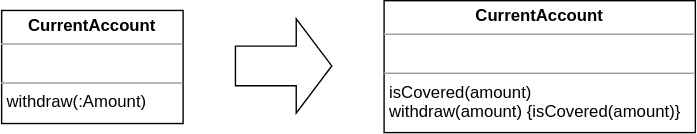
Before: images/domain-driven-refactorings/tactical/introduce-contract.drawio.svg, a diagram exported from draw.io (hschwentner/hschwentner.io). Source tidied: cells renumbered, new cells last; positions are measured from the earlier drawing's top-left corner, leaving out a move shared by most shapes. The source it was exported from:
```xml
<mxGraphModel>
  <root>
    <mxCell id="0" />
    <mxCell id="1" parent="0" />
    <mxCell id="2" value="&lt;p style=&quot;margin: 0px ; margin-top: 4px ; text-align: center&quot;&gt;&lt;b&gt;CurrentAccount&lt;/b&gt;&lt;/p&gt;&lt;hr size=&quot;1&quot;&gt;&lt;p style=&quot;margin: 0px ; margin-left: 4px&quot;&gt;&lt;br&gt;&lt;/p&gt;&lt;hr size=&quot;1&quot;&gt;&lt;p style=&quot;margin: 0px ; margin-left: 4px&quot;&gt;&lt;span&gt;withdraw(:Amount)&lt;/span&gt;&lt;/p&gt;" style="verticalAlign=top;align=left;overflow=fill;fontSize=12;fontFamily=Helvetica;html=1;" parent="1" vertex="1">
      <mxGeometry y="7" width="130" height="81" as="geometry" />
    </mxCell>
    <mxCell id="3" style="shape=flexArrow;endArrow=classic;html=1;rounded=0;endWidth=38.14814814814815;endSize=8.15;width=28.333333333333332;" parent="1" edge="1">
      <mxGeometry relative="1" as="geometry">
        <mxPoint x="167" y="46.8" as="sourcePoint" />
        <mxPoint x="237" y="46.8" as="targetPoint" />
      </mxGeometry>
    </mxCell>
    <mxCell id="4" value="&lt;p style=&quot;margin: 0px ; margin-top: 4px ; text-align: center&quot;&gt;&lt;b style=&quot;border-color: var(--border-color);&quot;&gt;CurrentAccount&lt;/b&gt;&lt;br&gt;&lt;/p&gt;&lt;hr size=&quot;1&quot;&gt;&lt;p style=&quot;margin: 0px ; margin-left: 4px&quot;&gt;&lt;br&gt;&lt;/p&gt;&lt;hr size=&quot;1&quot;&gt;&lt;p style=&quot;margin: 0px ; margin-left: 4px&quot;&gt;isCovered(amount)&lt;span style=&quot;background-color: initial;&quot;&gt;&lt;br&gt;&lt;/span&gt;&lt;/p&gt;&lt;p style=&quot;margin: 0px ; margin-left: 4px&quot;&gt;&lt;span style=&quot;background-color: initial;&quot;&gt;withdraw(amount) {isCovered(amount)}&lt;/span&gt;&lt;br&gt;&lt;/p&gt;" style="verticalAlign=top;align=left;overflow=fill;fontSize=12;fontFamily=Helvetica;html=1;" parent="1" vertex="1">
      <mxGeometry x="274" width="223" height="94.5" as="geometry" />
    </mxCell>
  </root>
</mxGraphModel>
```
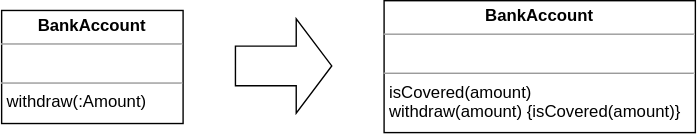
After the change.

Commit message:
Introduce Contract

Change to the diagram source:
```diff
@@ -2,7 +2,7 @@
   <root>
     <mxCell id="0" />
     <mxCell id="1" parent="0" />
-    <mxCell id="2" value="&lt;p style=&quot;margin: 0px ; margin-top: 4px ; text-align: center&quot;&gt;&lt;b&gt;CurrentAccount&lt;/b&gt;&lt;/p&gt;&lt;hr size=&quot;1&quot;&gt;&lt;p style=&quot;margin: 0px ; margin-left: 4px&quot;&gt;&lt;br&gt;&lt;/p&gt;&lt;hr size=&quot;1&quot;&gt;&lt;p style=&quot;margin: 0px ; margin-left: 4px&quot;&gt;&lt;span&gt;withdraw(:Amount)&lt;/span&gt;&lt;/p&gt;" style="verticalAlign=top;align=left;overflow=fill;fontSize=12;fontFamily=Helvetica;html=1;" parent="1" vertex="1">
+    <mxCell id="2" value="&lt;p style=&quot;margin: 0px ; margin-top: 4px ; text-align: center&quot;&gt;&lt;b&gt;BankAccount&lt;/b&gt;&lt;/p&gt;&lt;hr size=&quot;1&quot;&gt;&lt;p style=&quot;margin: 0px ; margin-left: 4px&quot;&gt;&lt;br&gt;&lt;/p&gt;&lt;hr size=&quot;1&quot;&gt;&lt;p style=&quot;margin: 0px ; margin-left: 4px&quot;&gt;&lt;span&gt;withdraw(:Amount)&lt;/span&gt;&lt;/p&gt;" style="verticalAlign=top;align=left;overflow=fill;fontSize=12;fontFamily=Helvetica;html=1;" parent="1" vertex="1">
       <mxGeometry y="7" width="130" height="81" as="geometry" />
     </mxCell>
     <mxCell id="3" style="shape=flexArrow;endArrow=classic;html=1;rounded=0;endWidth=38.14814814814815;endSize=8.15;width=28.333333333333332;" parent="1" edge="1">
@@ -11,7 +11,7 @@
         <mxPoint x="237" y="46.8" as="targetPoint" />
       </mxGeometry>
     </mxCell>
-    <mxCell id="4" value="&lt;p style=&quot;margin: 0px ; margin-top: 4px ; text-align: center&quot;&gt;&lt;b style=&quot;border-color: var(--border-color);&quot;&gt;CurrentAccount&lt;/b&gt;&lt;br&gt;&lt;/p&gt;&lt;hr size=&quot;1&quot;&gt;&lt;p style=&quot;margin: 0px ; margin-left: 4px&quot;&gt;&lt;br&gt;&lt;/p&gt;&lt;hr size=&quot;1&quot;&gt;&lt;p style=&quot;margin: 0px ; margin-left: 4px&quot;&gt;isCovered(amount)&lt;span style=&quot;background-color: initial;&quot;&gt;&lt;br&gt;&lt;/span&gt;&lt;/p&gt;&lt;p style=&quot;margin: 0px ; margin-left: 4px&quot;&gt;&lt;span style=&quot;background-color: initial;&quot;&gt;withdraw(amount) {isCovered(amount)}&lt;/span&gt;&lt;br&gt;&lt;/p&gt;" style="verticalAlign=top;align=left;overflow=fill;fontSize=12;fontFamily=Helvetica;html=1;" parent="1" vertex="1">
+    <mxCell id="4" value="&lt;p style=&quot;margin: 0px ; margin-top: 4px ; text-align: center&quot;&gt;&lt;b style=&quot;border-color: var(--border-color);&quot;&gt;BankAccount&lt;/b&gt;&lt;br&gt;&lt;/p&gt;&lt;hr size=&quot;1&quot;&gt;&lt;p style=&quot;margin: 0px ; margin-left: 4px&quot;&gt;&lt;br&gt;&lt;/p&gt;&lt;hr size=&quot;1&quot;&gt;&lt;p style=&quot;margin: 0px ; margin-left: 4px&quot;&gt;isCovered(amount)&lt;span style=&quot;background-color: initial;&quot;&gt;&lt;br&gt;&lt;/span&gt;&lt;/p&gt;&lt;p style=&quot;margin: 0px ; margin-left: 4px&quot;&gt;&lt;span style=&quot;background-color: initial;&quot;&gt;withdraw(amount) {isCovered(amount)}&lt;/span&gt;&lt;br&gt;&lt;/p&gt;" style="verticalAlign=top;align=left;overflow=fill;fontSize=12;fontFamily=Helvetica;html=1;" parent="1" vertex="1">
       <mxGeometry x="274" width="223" height="94.5" as="geometry" />
     </mxCell>
   </root>
```
